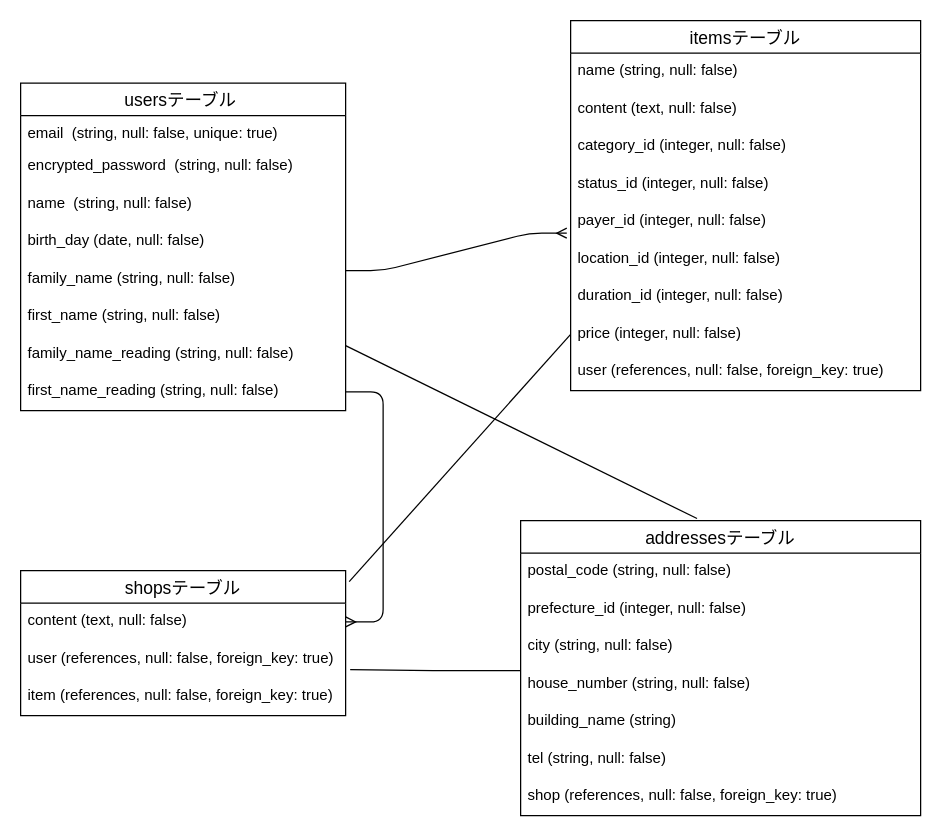
Earlier version of the draw.io diagram furima-39267.dio (okuroshiro/furima-39267). Source tidied: cells renumbered, new cells numbered last; positions are measured from the earlier drawing's top-left corner, leaving out a move shared by most shapes. Both pictures are drawn from the tidied source at 125%, with x=0, y=0 at pixel (20, 20).
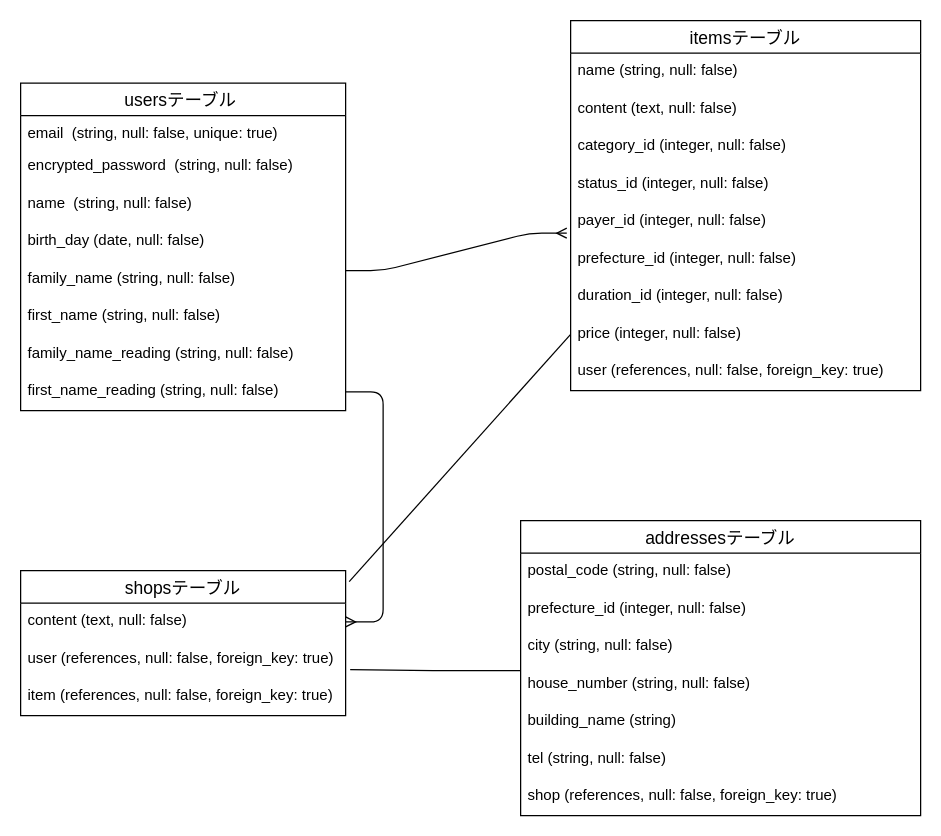
After the change.

Commit message (it also covers changes not shown here):
データベース設計　修正

Unchanged cells that the change refers to:
```xml
<mxCell id="9" value="family_name_reading (string, null: false)" style="text;strokeColor=none;fillColor=none;spacingLeft=4;spacingRight=4;overflow=hidden;points=[[0,0.5],[1,0.5]];portConstraint=eastwest;fontSize=12;" parent="2" vertex="1">
  <mxGeometry y="202" width="260" height="30" as="geometry" />
</mxCell>
<mxCell id="11" value="itemsテーブル" style="swimlane;fontStyle=0;horizontal=1;startSize=26;align=center;fontSize=14;" parent="1" vertex="1">
  <mxGeometry x="440" width="280" height="296" as="geometry" />
</mxCell>
<mxCell id="21" value="addressesテーブル" style="swimlane;fontStyle=0;horizontal=1;startSize=26;align=center;fontSize=14;" parent="1" vertex="1">
  <mxGeometry x="400" y="400" width="320" height="236" as="geometry" />
</mxCell>
```

Change to the diagram source:
```diff
@@
-    <mxCell id="17" value="location_id (integer, null: false)" style="text;strokeColor=none;fillColor=none;spacingLeft=4;spacingRight=4;overflow=hidden;fontSize=12;" parent="11" vertex="1">
-      <mxGeometry y="176" width="280" height="30" as="geometry" />
-    </mxCell>
+    <mxCell id="39" value="prefecture_id (integer, null: false)" style="text;strokeColor=none;fillColor=none;spacingLeft=4;spacingRight=4;overflow=hidden;fontSize=12;" parent="11" vertex="1">
+      <mxGeometry y="176" width="280" height="30" as="geometry" />
+    </mxCell>
@@
-    <mxCell id="34" style="endArrow=none;html=1;rounded=0;exitX=1;exitY=0.267;exitDx=0;exitDy=0;exitPerimeter=0;entryX=0.441;entryY=-0.007;entryDx=0;entryDy=0;entryPerimeter=0;" parent="1" edge="1" source="9" target="21">
-      <mxGeometry relative="1" as="geometry" />
-    </mxCell>
```
